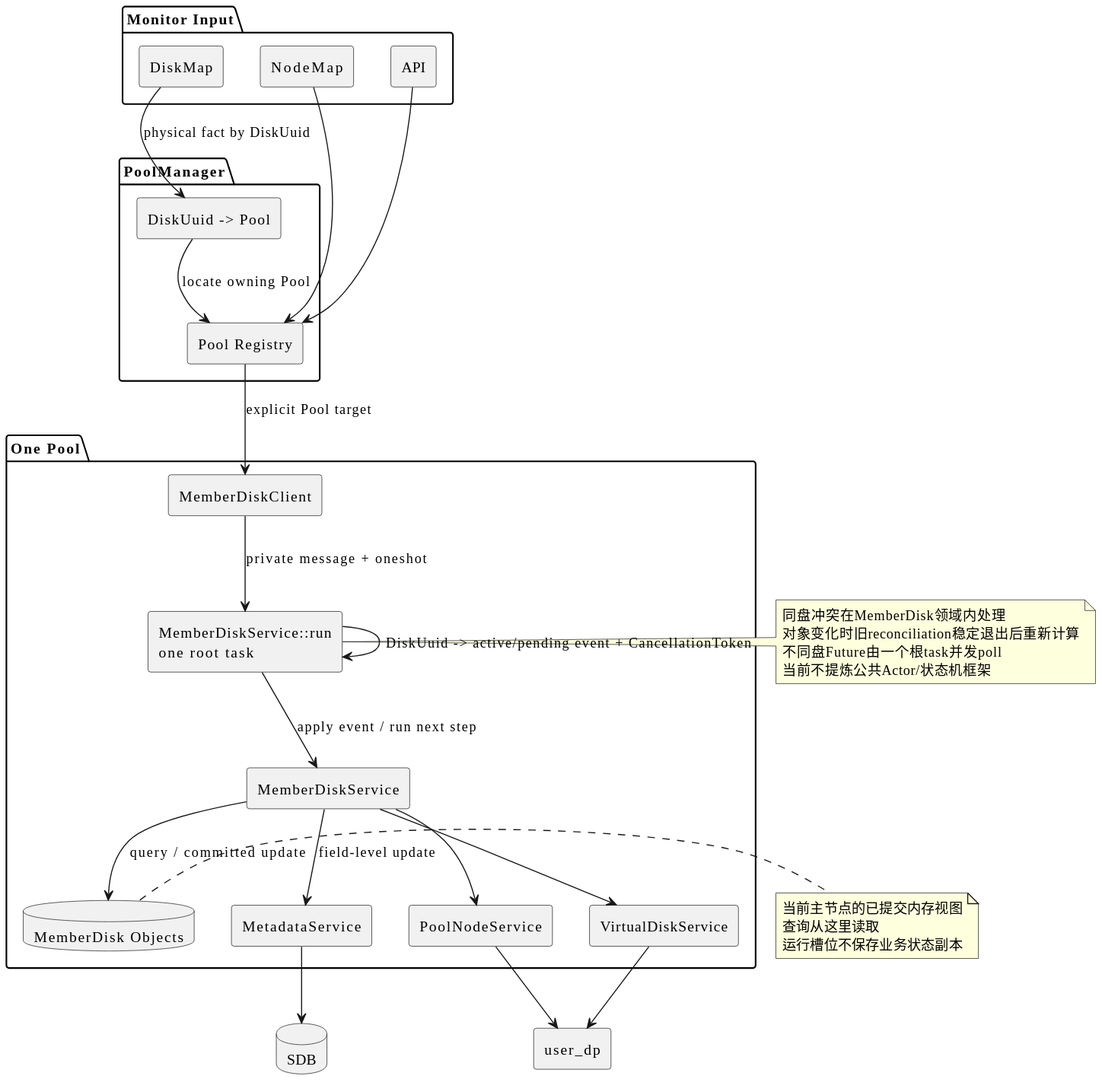
This is docs/assets/hybrid-control-model.svg from limushu/runtime, a PlantUML export, as it was before one commit. The source it was exported from:
```plantuml
@startuml
skinparam backgroundColor white
skinparam defaultFontName "Microsoft YaHei"
skinparam shadowing false
skinparam componentStyle rectangle

package "Monitor Input" {
  component DiskMap
  component NodeMap
  component API
}

package "PoolManager" {
  component "Pool Registry" as Registry
  component "DiskUuid -> Pool" as Index
}

package "One Pool" {
  component "MemberDiskClient" as Client
  component "MemberDiskService::run\none root task" as Runtime
  component "MemberDiskService" as Service
  database "MemberDisk Objects" as Objects
  component "MetadataService" as Metadata
  component "PoolNodeService" as Node
  component "VirtualDiskService" as VD
}

database SDB
component user_dp

DiskMap --> Index : physical fact by DiskUuid
Index --> Registry : locate owning Pool
Registry --> Client : explicit Pool target
Client --> Runtime : private message + oneshot
Runtime --> Service : apply event / run next step
Runtime --> Runtime : DiskUuid -> active/pending event + CancellationToken
Service --> Objects : query / committed update
Service --> Metadata : field-level update
Metadata --> SDB
Service --> Node
Service --> VD
Node --> user_dp
VD --> user_dp

NodeMap --> Registry
API --> Registry

note right of Runtime
同盘冲突在MemberDisk领域内处理
对象变化时旧reconciliation稳定退出后重新计算
不同盘Future由一个根task并发poll
当前不提炼公共Actor/状态机框架
end note

note right of Objects
当前主节点的已提交内存视图
查询从这里读取
运行槽位不保存业务状态副本
end note
@enduml
```
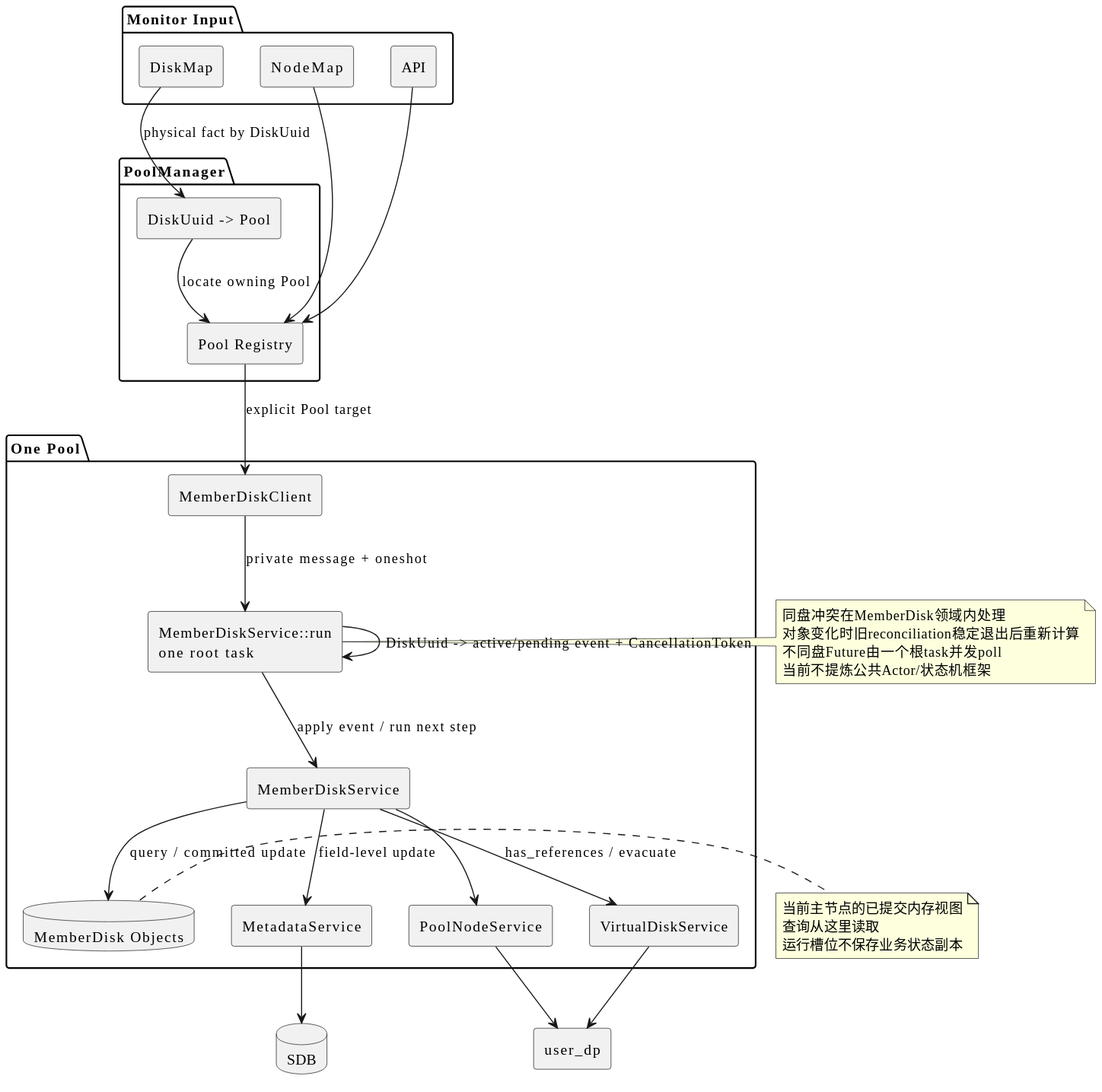
After the change.

What changed in the source:
```diff
@@ -38,7 +38,7 @@
 Service --> Metadata : field-level update
 Metadata --> SDB
 Service --> Node
-Service --> VD
+Service --> VD : has_references / evacuate
 Node --> user_dp
 VD --> user_dp
 
```
